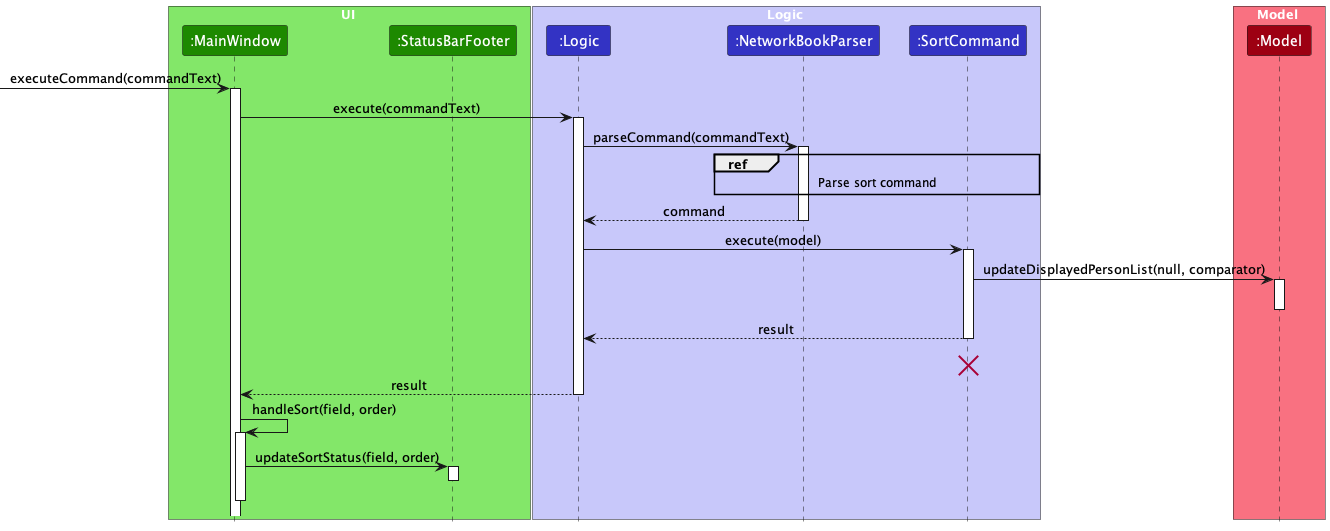
Above: docs/images/SortingSequenceDiagram.png in nus-cs2103-AY2324S1/tp (PlantUML), before the change. Source of this version:
```plantuml
@startuml
!include style.puml
skinparam ArrowFontStyle plain

box UI UI_COLOR_T1
Participant ":MainWindow" as mainWindow UI_COLOR
Participant ":StatusBarFooter" as statusBar UI_COLOR
end box

box Logic LOGIC_COLOR_T1
Participant ":Logic" as logic LOGIC_COLOR
Participant ":NetworkBookParser" as parser LOGIC_COLOR
Participant ":SortCommand" as command LOGIC_COLOR
end box

box Model MODEL_COLOR_T1
participant ":Model" as model MODEL_COLOR
end box

-> mainWindow : executeCommand(commandText)
activate mainWindow

mainWindow -> logic : execute(commandText)
activate logic

logic -> parser : parseCommand(commandText)
activate parser

ref over parser, command : Parse sort command

parser --> logic : command
deactivate parser

logic -> command : execute(model)
activate command

command -> model : updateDisplayedPersonList(null, comparator)
activate model

deactivate model

command --> logic : result
deactivate command

command -[hidden]-> command
destroy command

logic --> mainWindow : result
deactivate logic

mainWindow -> mainWindow : handleSort(field, order)
activate mainWindow

mainWindow -> statusBar : updateSortStatus(field, order)
activate statusBar

statusBar -[hidden]-> mainWindow
deactivate statusBar

mainWindow -[hidden]-> mainWindow
deactivate mainWindow

@enduml
```
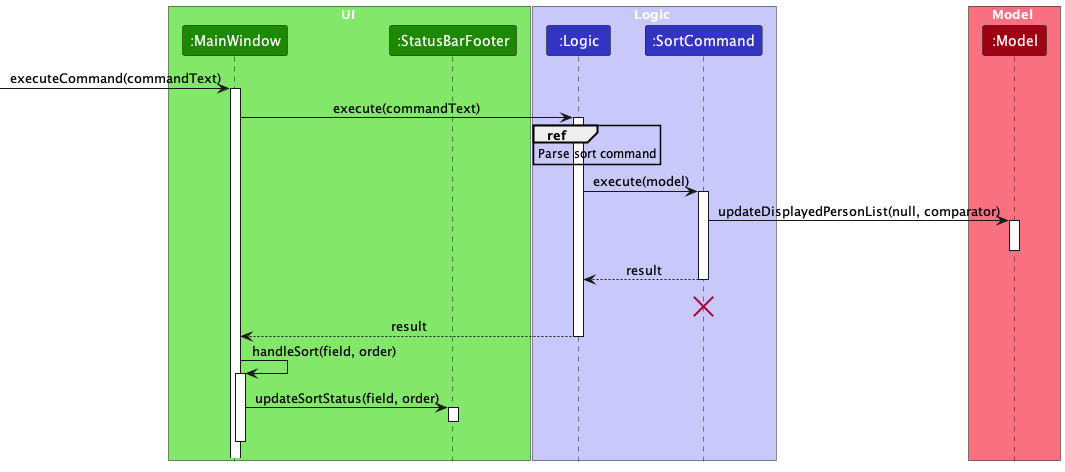
After the commit.

Commit message:
Balance sequence diagrams

Diff of the diagram source:
```diff
@@ -9,7 +9,6 @@
 
 box Logic LOGIC_COLOR_T1
 Participant ":Logic" as logic LOGIC_COLOR
-Participant ":NetworkBookParser" as parser LOGIC_COLOR
 Participant ":SortCommand" as command LOGIC_COLOR
 end box
 
@@ -23,13 +22,7 @@
 mainWindow -> logic : execute(commandText)
 activate logic
 
-logic -> parser : parseCommand(commandText)
-activate parser
-
-ref over parser, command : Parse sort command
-
-parser --> logic : command
-deactivate parser
+ref over logic : Parse sort command
 
 logic -> command : execute(model)
 activate command
```
